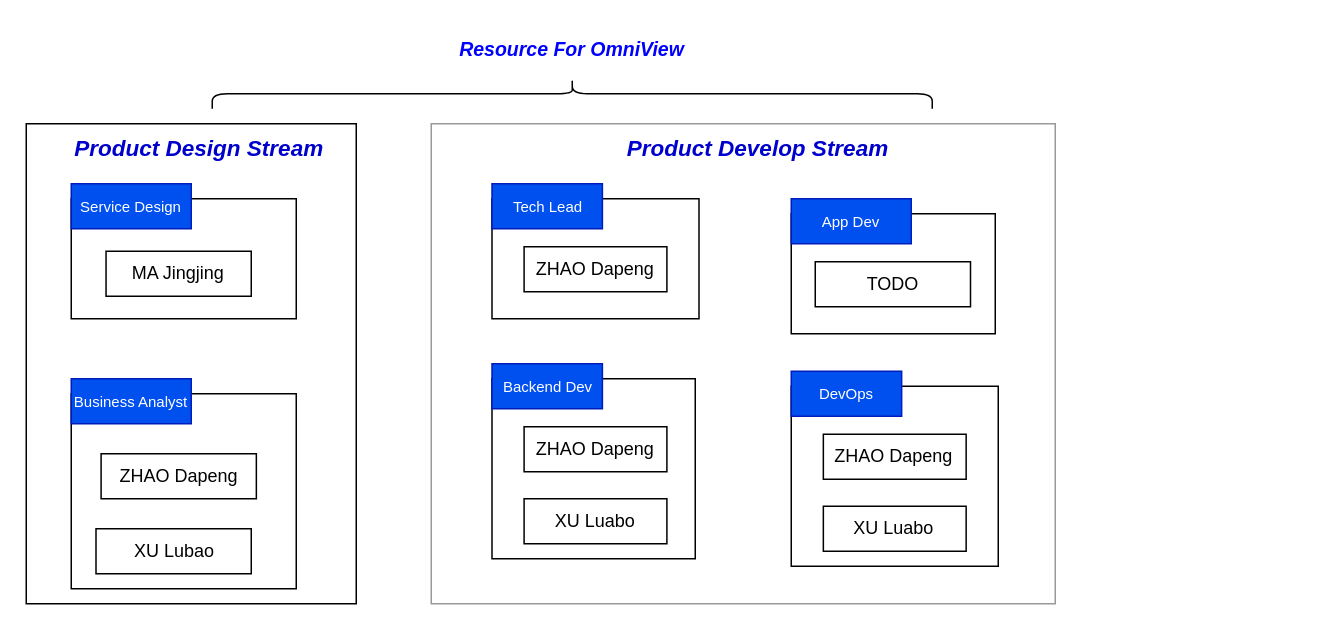
Earlier version of the draw.io diagram page "Personnel Source" (3 of 3) of k_o_n_e/OmniView HLD.drawio (xulubao/work.drawio). Source tidied: cells renumbered, new cells numbered last; positions are measured from the earlier drawing's top-left corner, leaving out a move shared by most shapes. Both pictures are drawn from the tidied source at 150%, with x=0, y=0 at pixel (26, -267).
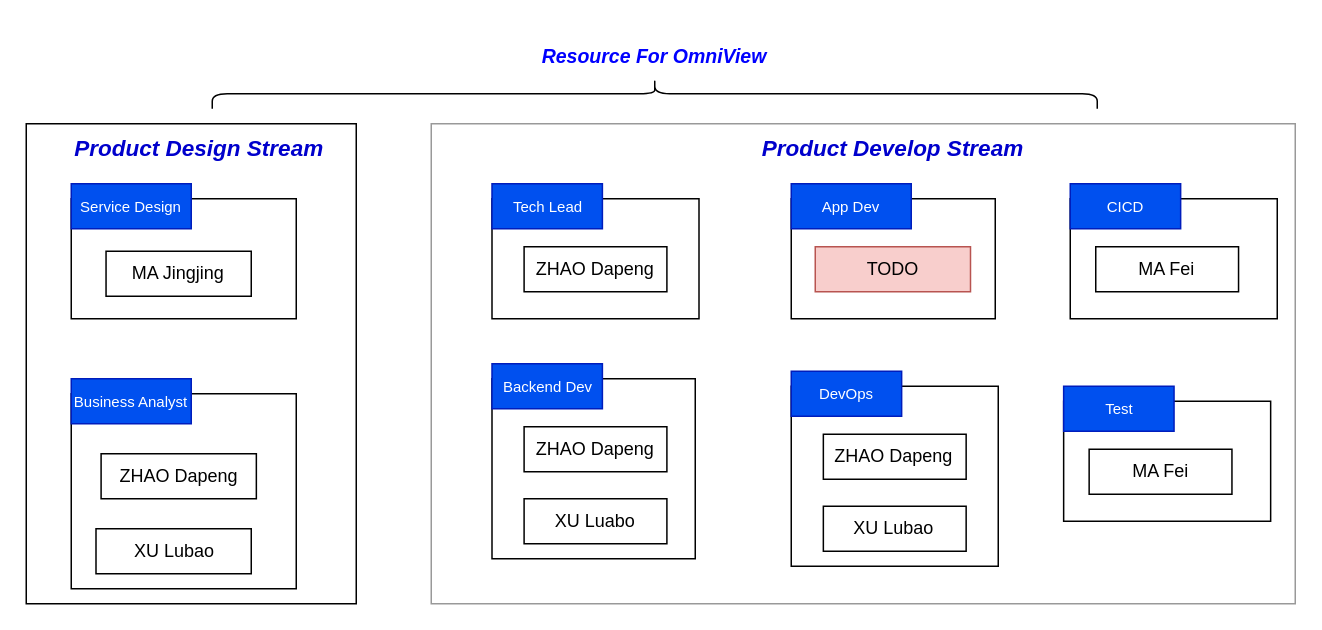
Above is the later version.

Change to the diagram source:
```diff
@@
     <mxCell id="3" value="&lt;b style=&quot;font-size: 13px;&quot;&gt;&lt;i style=&quot;font-size: 13px;&quot;&gt;Resource For OmniView&lt;/i&gt;&lt;/b&gt;" style="text;html=1;align=center;verticalAlign=middle;whiteSpace=wrap;rounded=0;fontSize=13;fontColor=#0000FF;horizontal=1;" parent="1" vertex="1">
-      <mxGeometry x="284" y="195" width="160" height="30" as="geometry" />
+      <mxGeometry x="339" y="200" width="160" height="30" as="geometry" />
     </mxCell>
@@
     <mxCell id="12" style="shape=curlyBracket;whiteSpace=wrap;html=1;rounded=1;labelPosition=left;verticalLabelPosition=middle;align=right;verticalAlign=middle;rotation=90;" parent="1" vertex="1">
-      <mxGeometry x="354" width="20" height="480" as="geometry" />
+      <mxGeometry x="409" y="-55" width="20" height="590" as="geometry" />
     </mxCell>
     <mxCell id="13" style="rounded=0;whiteSpace=wrap;html=1;strokeColor=#999999;" parent="1" vertex="1">
-      <mxGeometry x="270" y="260" width="416" height="320" as="geometry" />
+      <mxGeometry x="270" y="260" width="576" height="320" as="geometry" />
     </mxCell>
     <mxCell id="14" value="Product Develop Stream" style="text;html=1;align=center;verticalAlign=middle;whiteSpace=wrap;rounded=0;fontSize=15;strokeWidth=3;fontStyle=3;labelBackgroundColor=none;textDirection=ltr;fontColor=#0000CC;" parent="1" vertex="1">
-      <mxGeometry x="393.3" y="265" width="190.3" height="22" as="geometry" />
+      <mxGeometry x="482.6" y="265" width="190.3" height="22" as="geometry" />
     </mxCell>
@@
     <mxCell id="22" style="rounded=0;whiteSpace=wrap;html=1;" parent="1" vertex="1">
-      <mxGeometry x="510" y="320" width="136" height="80" as="geometry" />
+      <mxGeometry x="510" y="310" width="136" height="80" as="geometry" />
     </mxCell>
     <mxCell id="23" value="App Dev" style="text;html=1;align=center;verticalAlign=middle;whiteSpace=wrap;rounded=0;fillColor=#0050ef;fontColor=#ffffff;strokeColor=#001DBC;fontSize=10;" parent="1" vertex="1">
-      <mxGeometry x="510" y="310" width="80" height="30" as="geometry" />
+      <mxGeometry x="510" y="300" width="80" height="30" as="geometry" />
     </mxCell>
-    <mxCell id="24" value="TODO" style="rounded=0;whiteSpace=wrap;html=1;" parent="1" vertex="1">
-      <mxGeometry x="526" y="352" width="103.5" height="30" as="geometry" />
+    <mxCell id="24" value="TODO" style="rounded=0;whiteSpace=wrap;html=1;fillColor=#f8cecc;strokeColor=#b85450;" parent="1" vertex="1">
+      <mxGeometry x="526" y="342" width="103.5" height="30" as="geometry" />
     </mxCell>
@@
-    <mxCell id="28" value="XU Luabo" style="rounded=0;whiteSpace=wrap;html=1;" parent="1" vertex="1">
+    <mxCell id="28" value="XU Lubao" style="rounded=0;whiteSpace=wrap;html=1;" parent="1" vertex="1">
       <mxGeometry x="531.4" y="515" width="95.2" height="30" as="geometry" />
     </mxCell>
+    <mxCell id="29" style="rounded=0;whiteSpace=wrap;html=1;" parent="1" vertex="1">
+      <mxGeometry x="696" y="310" width="138" height="80" as="geometry" />
+    </mxCell>
+    <mxCell id="30" value="CICD" style="text;html=1;align=center;verticalAlign=middle;whiteSpace=wrap;rounded=0;fillColor=#0050ef;fontColor=#ffffff;strokeColor=#001DBC;fontSize=10;" parent="1" vertex="1">
+      <mxGeometry x="696" y="300" width="73.6" height="30" as="geometry" />
+    </mxCell>
+    <mxCell id="31" value="MA Fei" style="rounded=0;whiteSpace=wrap;html=1;" parent="1" vertex="1">
+      <mxGeometry x="713" y="342" width="95.2" height="30" as="geometry" />
+    </mxCell>
+    <mxCell id="32" style="rounded=0;whiteSpace=wrap;html=1;" parent="1" vertex="1">
+      <mxGeometry x="691.6" y="445" width="138" height="80" as="geometry" />
+    </mxCell>
+    <mxCell id="33" value="Test" style="text;html=1;align=center;verticalAlign=middle;whiteSpace=wrap;rounded=0;fillColor=#0050ef;fontColor=#ffffff;strokeColor=#001DBC;fontSize=10;" parent="1" vertex="1">
+      <mxGeometry x="691.6" y="435" width="73.6" height="30" as="geometry" />
+    </mxCell>
+    <mxCell id="34" value="MA Fei" style="rounded=0;whiteSpace=wrap;html=1;" parent="1" vertex="1">
+      <mxGeometry x="708.6" y="477" width="95.2" height="30" as="geometry" />
+    </mxCell>
```
